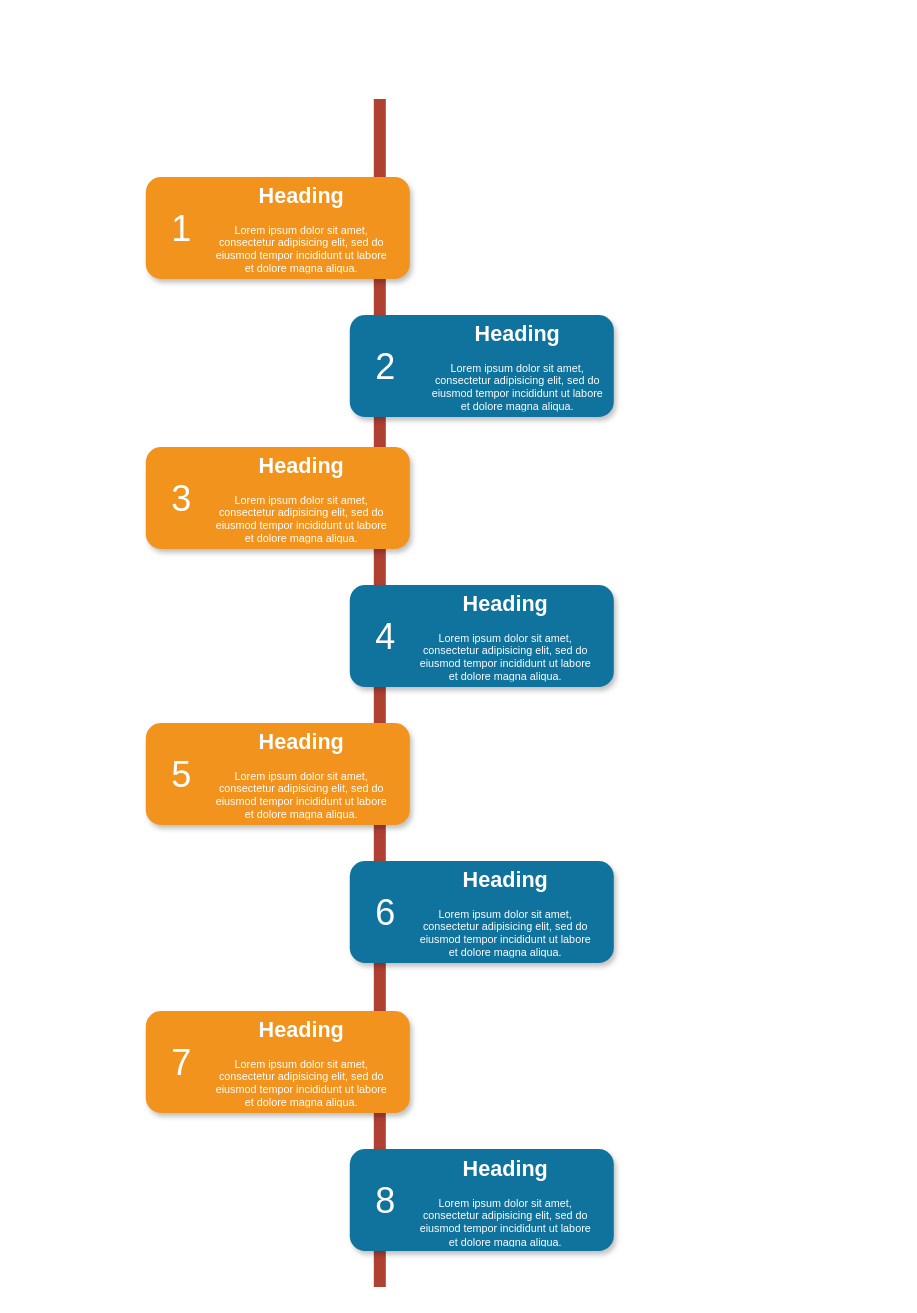
The draw.io diagram hf_workflow.drawio in caropro/houdini_dev, before the edit. Source tidied: cells renumbered, new cells numbered last; positions are measured from the earlier drawing's top-left corner, leaving out a move shared by most shapes. Both pictures are drawn from the tidied source at 120%, with x=0, y=0 at pixel (145, 98).
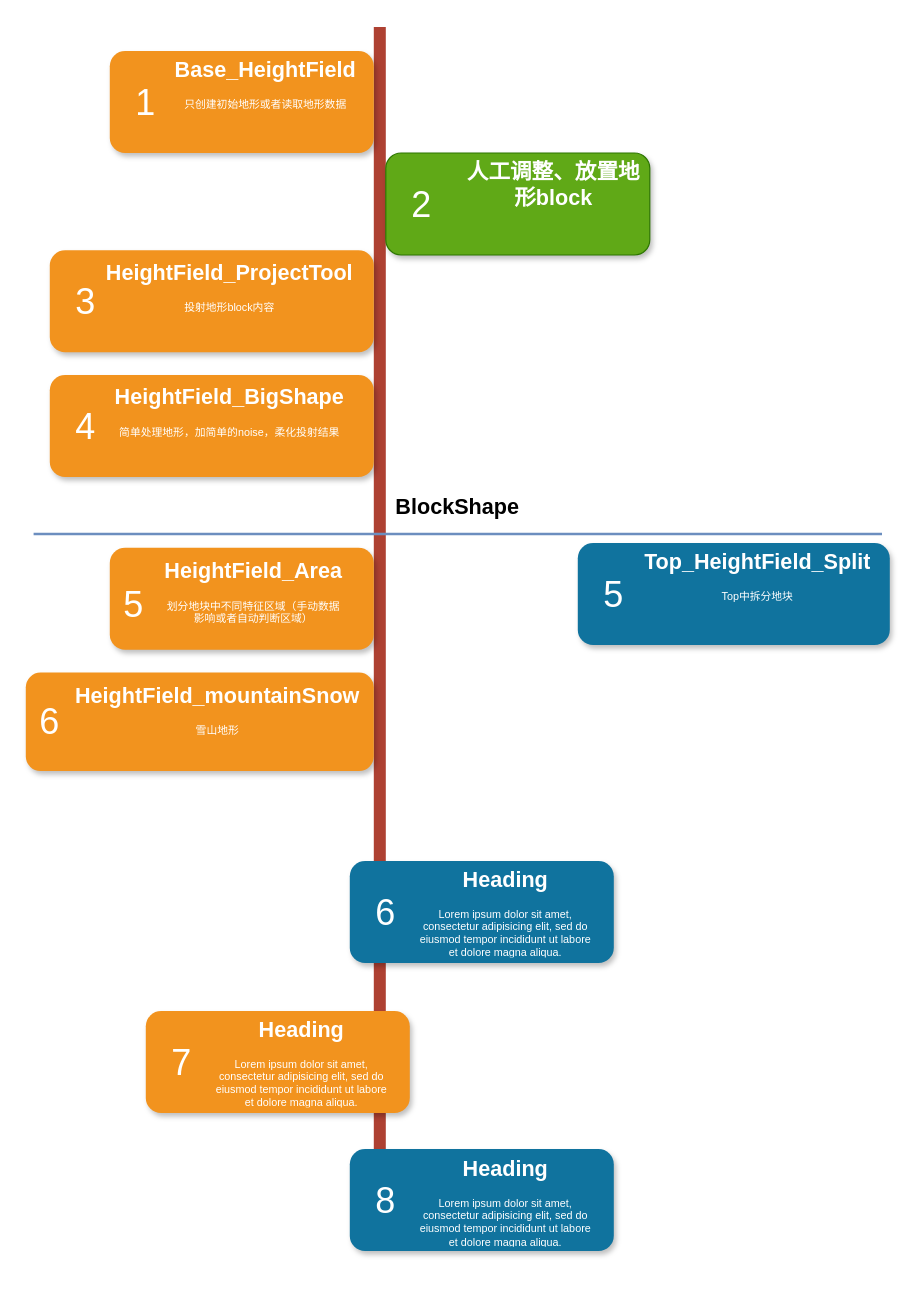
After the change.

The edit, as a diff of the source:
```diff
@@
     <mxCell id="2" style="line;strokeWidth=10;direction=south;html=1;fillColor=none;fontSize=13;fontColor=#000000;align=center;strokeColor=#AE4132;" parent="1" vertex="1">
-      <mxGeometry x="190" width="10" height="990" as="geometry" />
+      <mxGeometry x="190" y="-60" width="10" height="1015" as="geometry" />
     </mxCell>
     <mxCell id="3" style="rounded=1;whiteSpace=wrap;html=1;strokeColor=none;strokeWidth=1;fillColor=#F2931E;fontSize=13;fontColor=#FFFFFF;align=center;gradientColor=none;gradientDirection=east;verticalAlign=top;shadow=1;" parent="1" vertex="1">
-      <mxGeometry y="65" width="220" height="85" as="geometry" />
+      <mxGeometry x="-30" y="-40" width="220" height="85" as="geometry" />
     </mxCell>
     <mxCell id="4" value="1" style="text;html=1;strokeColor=none;fillColor=none;align=center;verticalAlign=middle;whiteSpace=wrap;fontSize=30;fontColor=#FFFFFF;" parent="1" vertex="1">
-      <mxGeometry x="10" y="98" width="40" height="20" as="geometry" />
+      <mxGeometry x="-20" y="-7" width="40" height="20" as="geometry" />
     </mxCell>
-    <mxCell id="5" style="rounded=1;whiteSpace=wrap;html=1;strokeColor=none;strokeWidth=1;fillColor=#10739E;fontSize=13;fontColor=#FFFFFF;align=center;gradientColor=none;gradientDirection=east;verticalAlign=top;shadow=1;" parent="1" vertex="1">
-      <mxGeometry x="170" y="180" width="220" height="85" as="geometry" />
+    <mxCell id="5" style="rounded=1;whiteSpace=wrap;html=1;strokeColor=#2D7600;strokeWidth=1;fillColor=#60a917;fontSize=13;align=center;gradientDirection=east;verticalAlign=top;shadow=1;fontColor=#ffffff;" parent="1" vertex="1">
+      <mxGeometry x="200" y="45" width="220" height="85" as="geometry" />
     </mxCell>
     <mxCell id="6" value="2" style="text;html=1;strokeColor=none;fillColor=none;align=center;verticalAlign=middle;whiteSpace=wrap;fontSize=30;fontColor=#FFFFFF;" parent="1" vertex="1">
-      <mxGeometry x="180" y="213" width="40" height="20" as="geometry" />
+      <mxGeometry x="210" y="78" width="40" height="20" as="geometry" />
     </mxCell>
     <mxCell id="7" style="rounded=1;whiteSpace=wrap;html=1;strokeColor=none;strokeWidth=1;fillColor=#F2931E;fontSize=13;fontColor=#FFFFFF;align=center;gradientColor=none;gradientDirection=east;verticalAlign=top;shadow=1;" parent="1" vertex="1">
-      <mxGeometry y="290" width="220" height="85" as="geometry" />
+      <mxGeometry x="-80" y="126" width="270" height="85" as="geometry" />
     </mxCell>
     <mxCell id="8" value="3" style="text;html=1;strokeColor=none;fillColor=none;align=center;verticalAlign=middle;whiteSpace=wrap;fontSize=30;fontColor=#FFFFFF;" parent="1" vertex="1">
-      <mxGeometry x="10" y="323" width="40" height="20" as="geometry" />
+      <mxGeometry x="-70" y="158.5" width="40" height="20" as="geometry" />
     </mxCell>
     <mxCell id="9" style="rounded=1;whiteSpace=wrap;html=1;strokeColor=none;strokeWidth=1;fillColor=#10739E;fontSize=13;fontColor=#FFFFFF;align=center;gradientColor=none;gradientDirection=east;verticalAlign=top;shadow=1;" parent="1" vertex="1">
-      <mxGeometry x="170" y="405" width="220" height="85" as="geometry" />
+      <mxGeometry x="360" y="370" width="260" height="85" as="geometry" />
     </mxCell>
-    <mxCell id="10" value="4" style="text;html=1;strokeColor=none;fillColor=none;align=center;verticalAlign=middle;whiteSpace=wrap;fontSize=30;fontColor=#FFFFFF;" parent="1" vertex="1">
-      <mxGeometry x="180" y="438" width="40" height="20" as="geometry" />
+    <mxCell id="10" value="5" style="text;html=1;strokeColor=none;fillColor=none;align=center;verticalAlign=middle;whiteSpace=wrap;fontSize=30;fontColor=#FFFFFF;" parent="1" vertex="1">
+      <mxGeometry x="370" y="403" width="40" height="20" as="geometry" />
     </mxCell>
     <mxCell id="11" style="rounded=1;whiteSpace=wrap;html=1;strokeColor=none;strokeWidth=1;fillColor=#F2931E;fontSize=13;fontColor=#FFFFFF;align=center;gradientColor=none;gradientDirection=east;verticalAlign=top;shadow=1;" parent="1" vertex="1">
-      <mxGeometry y="520" width="220" height="85" as="geometry" />
+      <mxGeometry x="-30" y="374" width="220" height="85" as="geometry" />
     </mxCell>
     <mxCell id="12" value="5" style="text;html=1;strokeColor=none;fillColor=none;align=center;verticalAlign=middle;whiteSpace=wrap;fontSize=30;fontColor=#FFFFFF;" parent="1" vertex="1">
-      <mxGeometry x="10" y="553" width="40" height="20" as="geometry" />
+      <mxGeometry x="-30" y="411" width="40" height="20" as="geometry" />
     </mxCell>
@@
-    <mxCell id="19" value="&lt;h1&gt;Heading&lt;/h1&gt;&lt;p&gt;Lorem ipsum dolor sit amet, consectetur adipisicing elit, sed do eiusmod tempor incididunt ut labore et dolore magna aliqua.&lt;/p&gt;" style="text;html=1;spacing=5;spacingTop=-20;whiteSpace=wrap;overflow=hidden;strokeColor=none;strokeWidth=4;fillColor=none;gradientColor=#007FFF;fontSize=9;fontColor=#FFFFFF;align=center;" parent="1" vertex="1">
-      <mxGeometry x="50" y="69" width="160" height="77" as="geometry" />
+    <mxCell id="19" value="&lt;h1&gt;Base_HeightField&lt;/h1&gt;&lt;p&gt;只创建初始地形或者读取地形数据&lt;/p&gt;" style="text;html=1;spacing=5;spacingTop=-20;whiteSpace=wrap;overflow=hidden;strokeColor=none;strokeWidth=4;fillColor=none;gradientColor=#007FFF;fontSize=9;fontColor=#FFFFFF;align=center;" parent="1" vertex="1">
+      <mxGeometry x="20" y="-36" width="160" height="77" as="geometry" />
     </mxCell>
-    <mxCell id="20" value="&lt;h1&gt;Heading&lt;/h1&gt;&lt;p&gt;Lorem ipsum dolor sit amet, consectetur adipisicing elit, sed do eiusmod tempor incididunt ut labore et dolore magna aliqua.&lt;/p&gt;" style="text;html=1;spacing=5;spacingTop=-20;whiteSpace=wrap;overflow=hidden;strokeColor=none;strokeWidth=4;fillColor=none;gradientColor=#007FFF;fontSize=9;fontColor=#FFFFFF;align=center;" parent="1" vertex="1">
-      <mxGeometry x="230" y="184" width="160" height="77" as="geometry" />
+    <mxCell id="20" value="&lt;h1&gt;人工调整、放置地形block&lt;/h1&gt;" style="text;html=1;spacing=5;spacingTop=-20;whiteSpace=wrap;overflow=hidden;strokeColor=none;strokeWidth=4;fillColor=none;gradientColor=#007FFF;fontSize=9;fontColor=#FFFFFF;align=center;" parent="1" vertex="1">
+      <mxGeometry x="260" y="49" width="160" height="77" as="geometry" />
     </mxCell>
-    <mxCell id="21" value="&lt;h1&gt;Heading&lt;/h1&gt;&lt;p&gt;Lorem ipsum dolor sit amet, consectetur adipisicing elit, sed do eiusmod tempor incididunt ut labore et dolore magna aliqua.&lt;/p&gt;" style="text;html=1;spacing=5;spacingTop=-20;whiteSpace=wrap;overflow=hidden;strokeColor=none;strokeWidth=4;fillColor=none;gradientColor=#007FFF;fontSize=9;fontColor=#FFFFFF;align=center;" parent="1" vertex="1">
-      <mxGeometry x="50" y="294" width="160" height="77" as="geometry" />
+    <mxCell id="21" value="&lt;h1&gt;HeightField_ProjectTool&lt;/h1&gt;&lt;p&gt;投射地形block内容&lt;/p&gt;" style="text;html=1;spacing=5;spacingTop=-20;whiteSpace=wrap;overflow=hidden;strokeColor=none;strokeWidth=4;fillColor=none;gradientColor=#007FFF;fontSize=9;fontColor=#FFFFFF;align=center;" parent="1" vertex="1">
+      <mxGeometry x="-40" y="132.5" width="220" height="46" as="geometry" />
     </mxCell>
-    <mxCell id="22" value="&lt;h1&gt;Heading&lt;/h1&gt;&lt;p&gt;Lorem ipsum dolor sit amet, consectetur adipisicing elit, sed do eiusmod tempor incididunt ut labore et dolore magna aliqua.&lt;/p&gt;" style="text;html=1;spacing=5;spacingTop=-20;whiteSpace=wrap;overflow=hidden;strokeColor=none;strokeWidth=4;fillColor=none;gradientColor=#007FFF;fontSize=9;fontColor=#FFFFFF;align=center;" parent="1" vertex="1">
-      <mxGeometry x="220" y="409" width="160" height="77" as="geometry" />
+    <mxCell id="22" value="&lt;h1&gt;Top_HeightField_Split&lt;/h1&gt;&lt;p&gt;Top中拆分地块&lt;/p&gt;" style="text;html=1;spacing=5;spacingTop=-20;whiteSpace=wrap;overflow=hidden;strokeColor=none;strokeWidth=4;fillColor=none;gradientColor=#007FFF;fontSize=9;fontColor=#FFFFFF;align=center;" parent="1" vertex="1">
+      <mxGeometry x="410" y="374" width="200" height="77" as="geometry" />
     </mxCell>
-    <mxCell id="23" value="&lt;h1&gt;Heading&lt;/h1&gt;&lt;p&gt;Lorem ipsum dolor sit amet, consectetur adipisicing elit, sed do eiusmod tempor incididunt ut labore et dolore magna aliqua.&lt;/p&gt;" style="text;html=1;spacing=5;spacingTop=-20;whiteSpace=wrap;overflow=hidden;strokeColor=none;strokeWidth=4;fillColor=none;gradientColor=#007FFF;fontSize=9;fontColor=#FFFFFF;align=center;" parent="1" vertex="1">
-      <mxGeometry x="50" y="524" width="160" height="77" as="geometry" />
+    <mxCell id="23" value="&lt;h1&gt;HeightField_Area&lt;/h1&gt;&lt;p&gt;划分地块中不同特征区域（手动数据影响或者自动判断区域）&lt;/p&gt;" style="text;html=1;spacing=5;spacingTop=-20;whiteSpace=wrap;overflow=hidden;strokeColor=none;strokeWidth=4;fillColor=none;gradientColor=#007FFF;fontSize=9;fontColor=#FFFFFF;align=center;" parent="1" vertex="1">
+      <mxGeometry x="10" y="382" width="160" height="77" as="geometry" />
     </mxCell>
@@
+    <mxCell id="27" value="&lt;b&gt;&lt;font style=&quot;font-size: 18px;&quot;&gt;BlockShape&lt;/font&gt;&lt;/b&gt;" style="text;html=1;strokeColor=none;fillColor=none;align=center;verticalAlign=middle;whiteSpace=wrap;rounded=0;shadow=1;" parent="1" vertex="1">
+      <mxGeometry x="200" y="320" width="120" height="40" as="geometry" />
+    </mxCell>
+    <mxCell id="28" style="rounded=1;whiteSpace=wrap;html=1;strokeColor=none;strokeWidth=1;fillColor=#F2931E;fontSize=13;fontColor=#FFFFFF;align=center;gradientColor=none;gradientDirection=east;verticalAlign=top;shadow=1;" parent="1" vertex="1">
+      <mxGeometry x="-80" y="230" width="270" height="85" as="geometry" />
+    </mxCell>
+    <mxCell id="29" value="4" style="text;html=1;strokeColor=none;fillColor=none;align=center;verticalAlign=middle;whiteSpace=wrap;fontSize=30;fontColor=#FFFFFF;" parent="1" vertex="1">
+      <mxGeometry x="-70" y="262.5" width="40" height="20" as="geometry" />
+    </mxCell>
+    <mxCell id="30" value="&lt;h1&gt;HeightField_BigShape&lt;/h1&gt;&lt;p&gt;简单处理地形，加简单的noise，柔化投射结果&lt;/p&gt;" style="text;html=1;spacing=5;spacingTop=-20;whiteSpace=wrap;overflow=hidden;strokeColor=none;strokeWidth=4;fillColor=none;gradientColor=#007FFF;fontSize=9;fontColor=#FFFFFF;align=center;" parent="1" vertex="1">
+      <mxGeometry x="-40" y="236.5" width="220" height="46" as="geometry" />
+    </mxCell>
+    <mxCell id="31" style="line;strokeWidth=2;direction=south;html=1;fillColor=#dae8fc;fontSize=13;align=center;strokeColor=#6c8ebf;rotation=90;" parent="1" vertex="1">
+      <mxGeometry x="255" y="9" width="10" height="707" as="geometry" />
+    </mxCell>
+    <mxCell id="32" style="rounded=1;whiteSpace=wrap;html=1;strokeColor=none;strokeWidth=1;fillColor=#F2931E;fontSize=13;fontColor=#FFFFFF;align=center;gradientColor=none;gradientDirection=east;verticalAlign=top;shadow=1;" parent="1" vertex="1">
+      <mxGeometry x="-100" y="478" width="290" height="82" as="geometry" />
+    </mxCell>
+    <mxCell id="33" value="6" style="text;html=1;strokeColor=none;fillColor=none;align=center;verticalAlign=middle;whiteSpace=wrap;fontSize=30;fontColor=#FFFFFF;" parent="1" vertex="1">
+      <mxGeometry x="-100" y="509" width="40" height="20" as="geometry" />
+    </mxCell>
+    <mxCell id="34" value="&lt;h1&gt;HeightField_mountainSnow&lt;/h1&gt;&lt;p&gt;雪山地形&lt;/p&gt;" style="text;html=1;spacing=5;spacingTop=-20;whiteSpace=wrap;overflow=hidden;strokeColor=none;strokeWidth=4;fillColor=none;gradientColor=#007FFF;fontSize=9;fontColor=#FFFFFF;align=center;" parent="1" vertex="1">
+      <mxGeometry x="-70" y="486" width="260" height="77" as="geometry" />
+    </mxCell>
```
